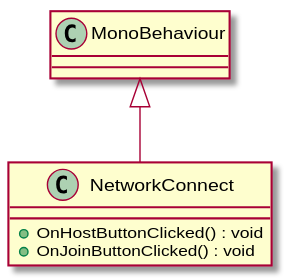
David-Denny/COMP3013-Team7 keeps this PlantUML diagram as UML/Networking/NetworkConnect.svg. Above is the earlier version.
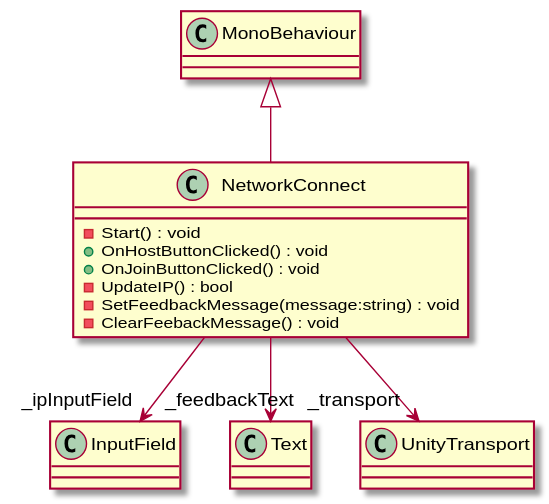
Later version of the same file.

The edit, as a diff of the source:
```diff
@@ -1,7 +1,14 @@
 @startuml
 class NetworkConnect {
+    - Start() : void
     + OnHostButtonClicked() : void
     + OnJoinButtonClicked() : void
+    - UpdateIP() : bool
+    - SetFeedbackMessage(message:string) : void
+    - ClearFeebackMessage() : void
 }
 MonoBehaviour <|-- NetworkConnect
+NetworkConnect --> "_ipInputField" InputField
+NetworkConnect --> "_feedbackText" Text
+NetworkConnect --> "_transport" UnityTransport
 @enduml
```
